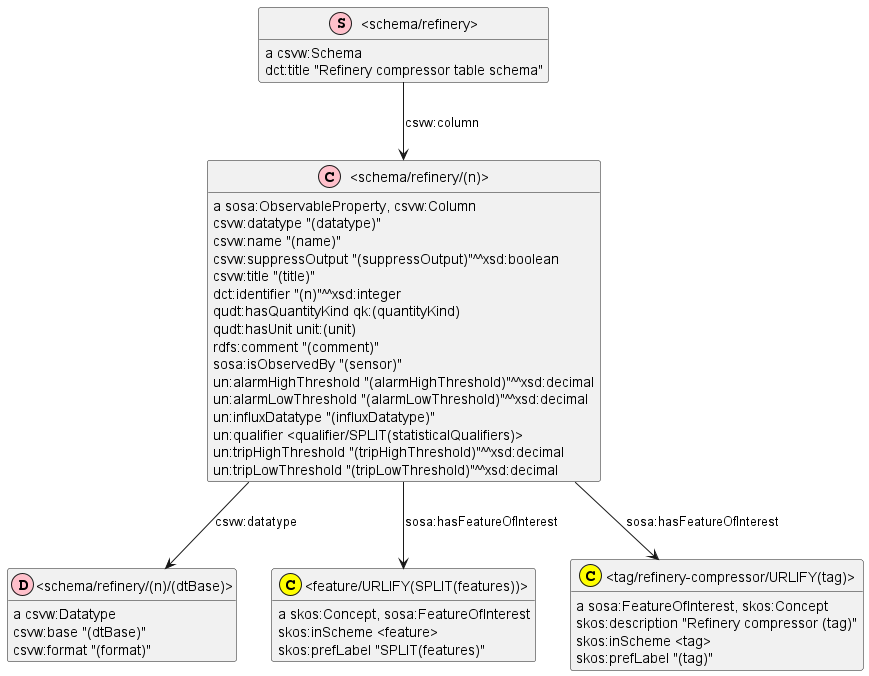
underpin-project/model keeps this PlantUML diagram as schema-refinery.png. Above is the earlier version.
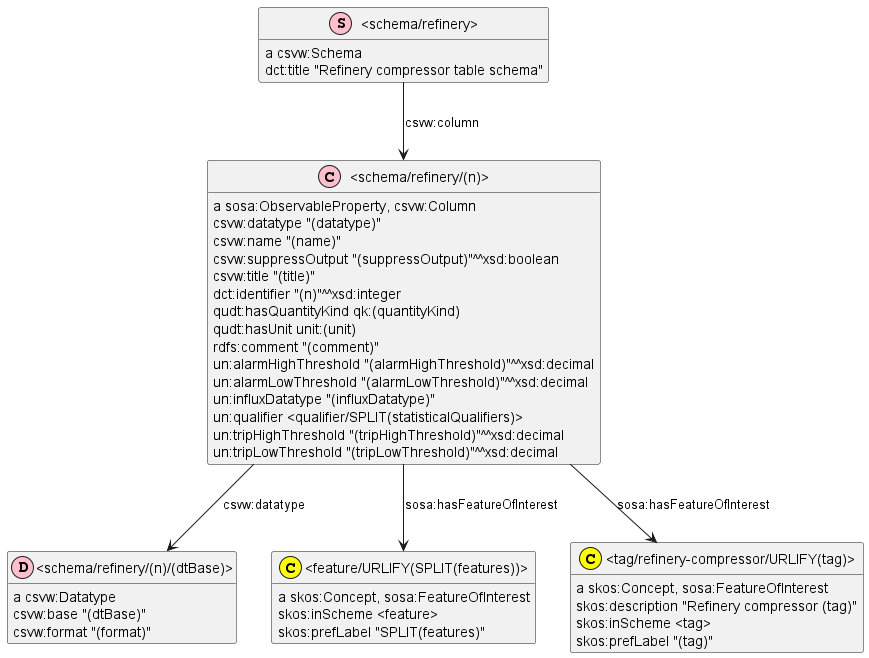
The same file after the commit.

The edit, as a diff of the source:
```diff
@@ -17,22 +17,9 @@
 class _tag_refinery_compressor_URLIFY_tag_ as "<tag/refinery-compressor/URLIFY(tag)>"
 class _tag_refinery_compressor_URLIFY_tag_ <<(C,yellow)>>
 show _tag_refinery_compressor_URLIFY_tag_ circle
-_tag_refinery_compressor_URLIFY_tag_ : {field} a sosa:FeatureOfInterest, skos:Concept
-_tag_refinery_compressor_URLIFY_tag_ : {field} skos:description "Refinery compressor (tag)"
-_tag_refinery_compressor_URLIFY_tag_ : {field} skos:inScheme <tag>
-_tag_refinery_compressor_URLIFY_tag_ : {field} skos:prefLabel "(tag)"
-_schema_refinery_n_dtBase_ : {field} a csvw:Datatype
-_schema_refinery_n_dtBase_ : {field} csvw:base "(dtBase)"
-_schema_refinery_n_dtBase_ : {field} csvw:format "(format)"
-_feature_URLIFY_SPLIT_features_ : {field} a skos:Concept, sosa:FeatureOfInterest
-_feature_URLIFY_SPLIT_features_ : {field} skos:inScheme <feature>
-_feature_URLIFY_SPLIT_features_ : {field} skos:prefLabel "SPLIT(features)"
-_schema_refinery_ : {field} a csvw:Schema
-_schema_refinery_ -down-> _schema_refinery_n_ : csvw:column
-_schema_refinery_ : {field} dct:title "Refinery compressor table schema"
 _schema_refinery_n_ : {field} a sosa:ObservableProperty, csvw:Column
+_schema_refinery_n_ -down-> _schema_refinery_n_dtBase_ : csvw:datatype
 _schema_refinery_n_ -down-> _feature_URLIFY_SPLIT_features_ : sosa:hasFeatureOfInterest
-_schema_refinery_n_ -down-> _schema_refinery_n_dtBase_ : csvw:datatype
 _schema_refinery_n_ -down-> _tag_refinery_compressor_URLIFY_tag_ : sosa:hasFeatureOfInterest
 _schema_refinery_n_ : {field} csvw:datatype "(datatype)"
 _schema_refinery_n_ : {field} csvw:name "(name)"
@@ -42,11 +29,23 @@
 _schema_refinery_n_ : {field} qudt:hasQuantityKind qk:(quantityKind)
 _schema_refinery_n_ : {field} qudt:hasUnit unit:(unit)
 _schema_refinery_n_ : {field} rdfs:comment "(comment)"
-_schema_refinery_n_ : {field} sosa:isObservedBy "(sensor)"
 _schema_refinery_n_ : {field} un:alarmHighThreshold "(alarmHighThreshold)"^^xsd:decimal
 _schema_refinery_n_ : {field} un:alarmLowThreshold "(alarmLowThreshold)"^^xsd:decimal
 _schema_refinery_n_ : {field} un:influxDatatype "(influxDatatype)"
 _schema_refinery_n_ : {field} un:qualifier <qualifier/SPLIT(statisticalQualifiers)>
 _schema_refinery_n_ : {field} un:tripHighThreshold "(tripHighThreshold)"^^xsd:decimal
 _schema_refinery_n_ : {field} un:tripLowThreshold "(tripLowThreshold)"^^xsd:decimal
+_tag_refinery_compressor_URLIFY_tag_ : {field} a skos:Concept, sosa:FeatureOfInterest
+_tag_refinery_compressor_URLIFY_tag_ : {field} skos:description "Refinery compressor (tag)"
+_tag_refinery_compressor_URLIFY_tag_ : {field} skos:inScheme <tag>
+_tag_refinery_compressor_URLIFY_tag_ : {field} skos:prefLabel "(tag)"
+_schema_refinery_ : {field} a csvw:Schema
+_schema_refinery_ -down-> _schema_refinery_n_ : csvw:column
+_schema_refinery_ : {field} dct:title "Refinery compressor table schema"
+_feature_URLIFY_SPLIT_features_ : {field} a skos:Concept, sosa:FeatureOfInterest
+_feature_URLIFY_SPLIT_features_ : {field} skos:inScheme <feature>
+_feature_URLIFY_SPLIT_features_ : {field} skos:prefLabel "SPLIT(features)"
+_schema_refinery_n_dtBase_ : {field} a csvw:Datatype
+_schema_refinery_n_dtBase_ : {field} csvw:base "(dtBase)"
+_schema_refinery_n_dtBase_ : {field} csvw:format "(format)"
 @enduml
```
